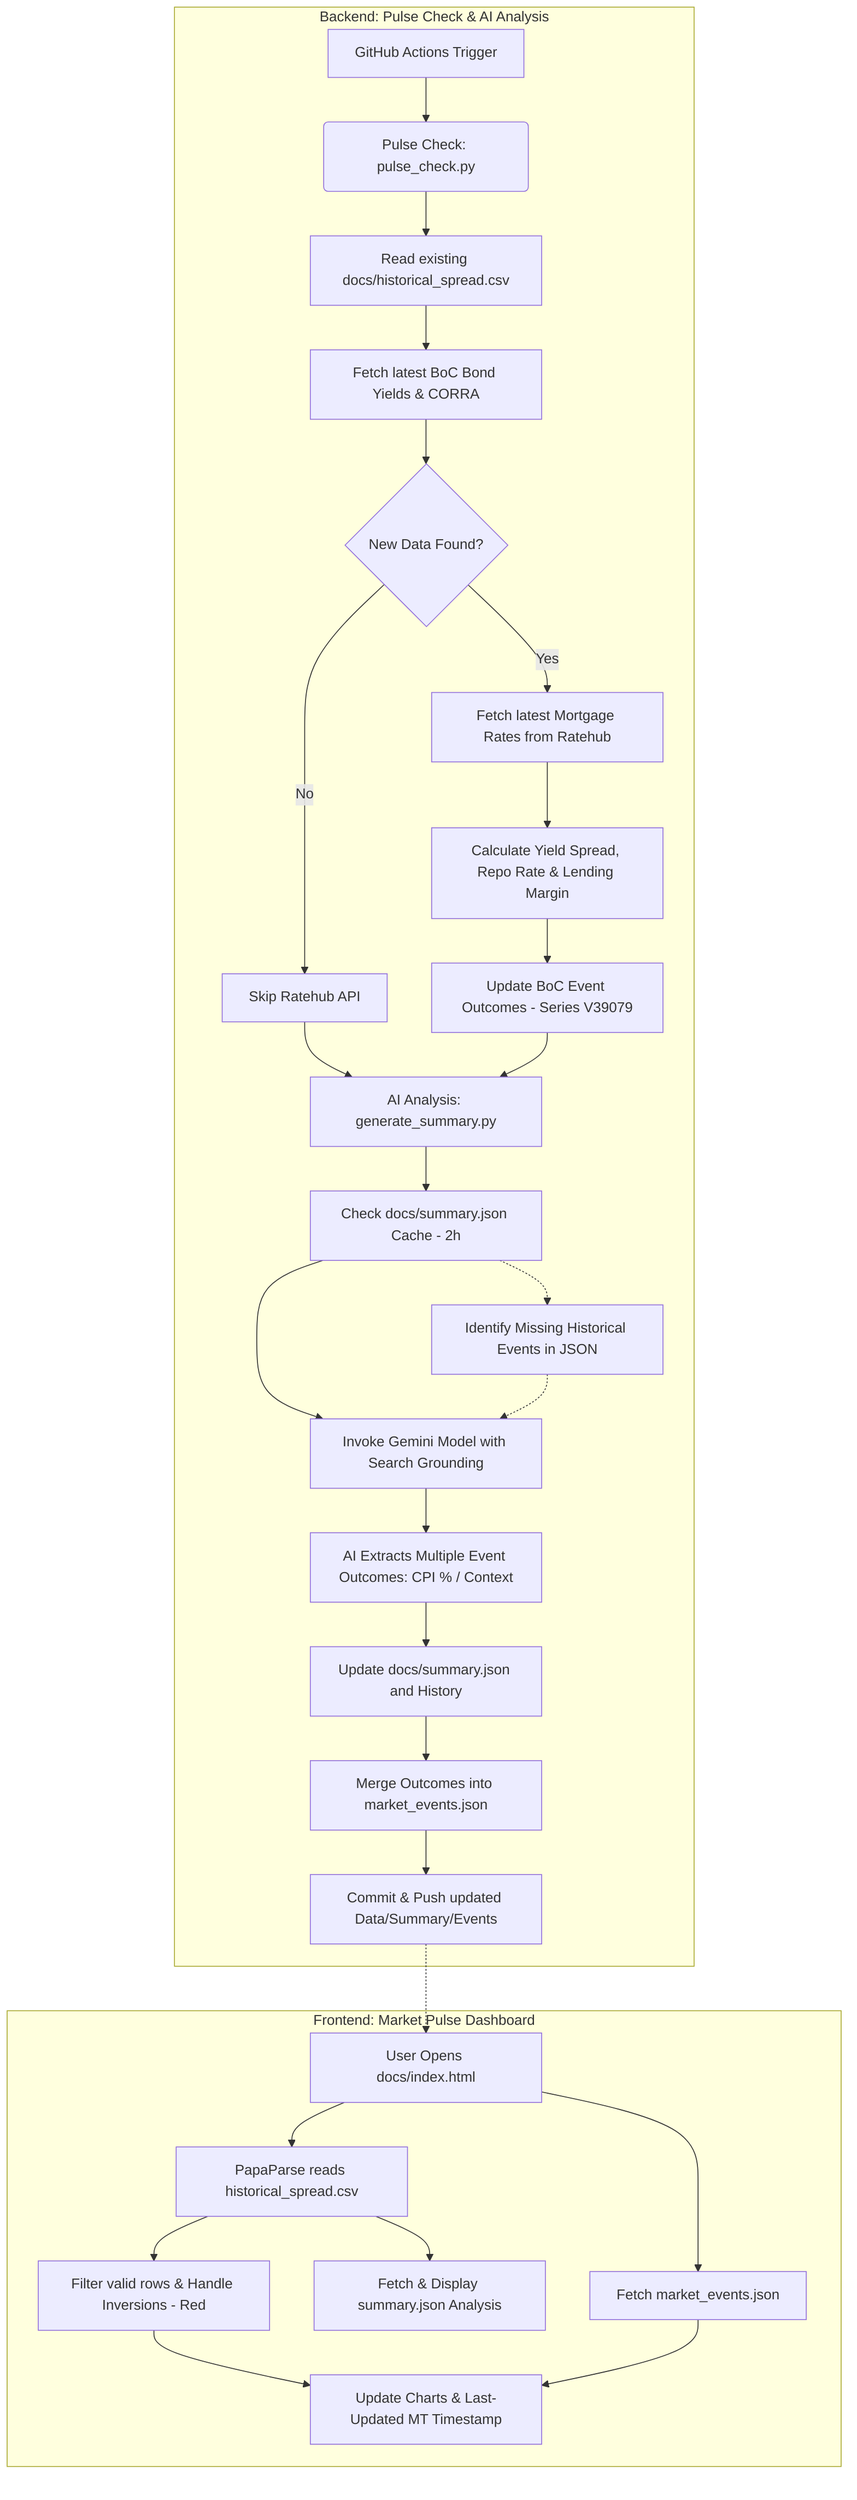
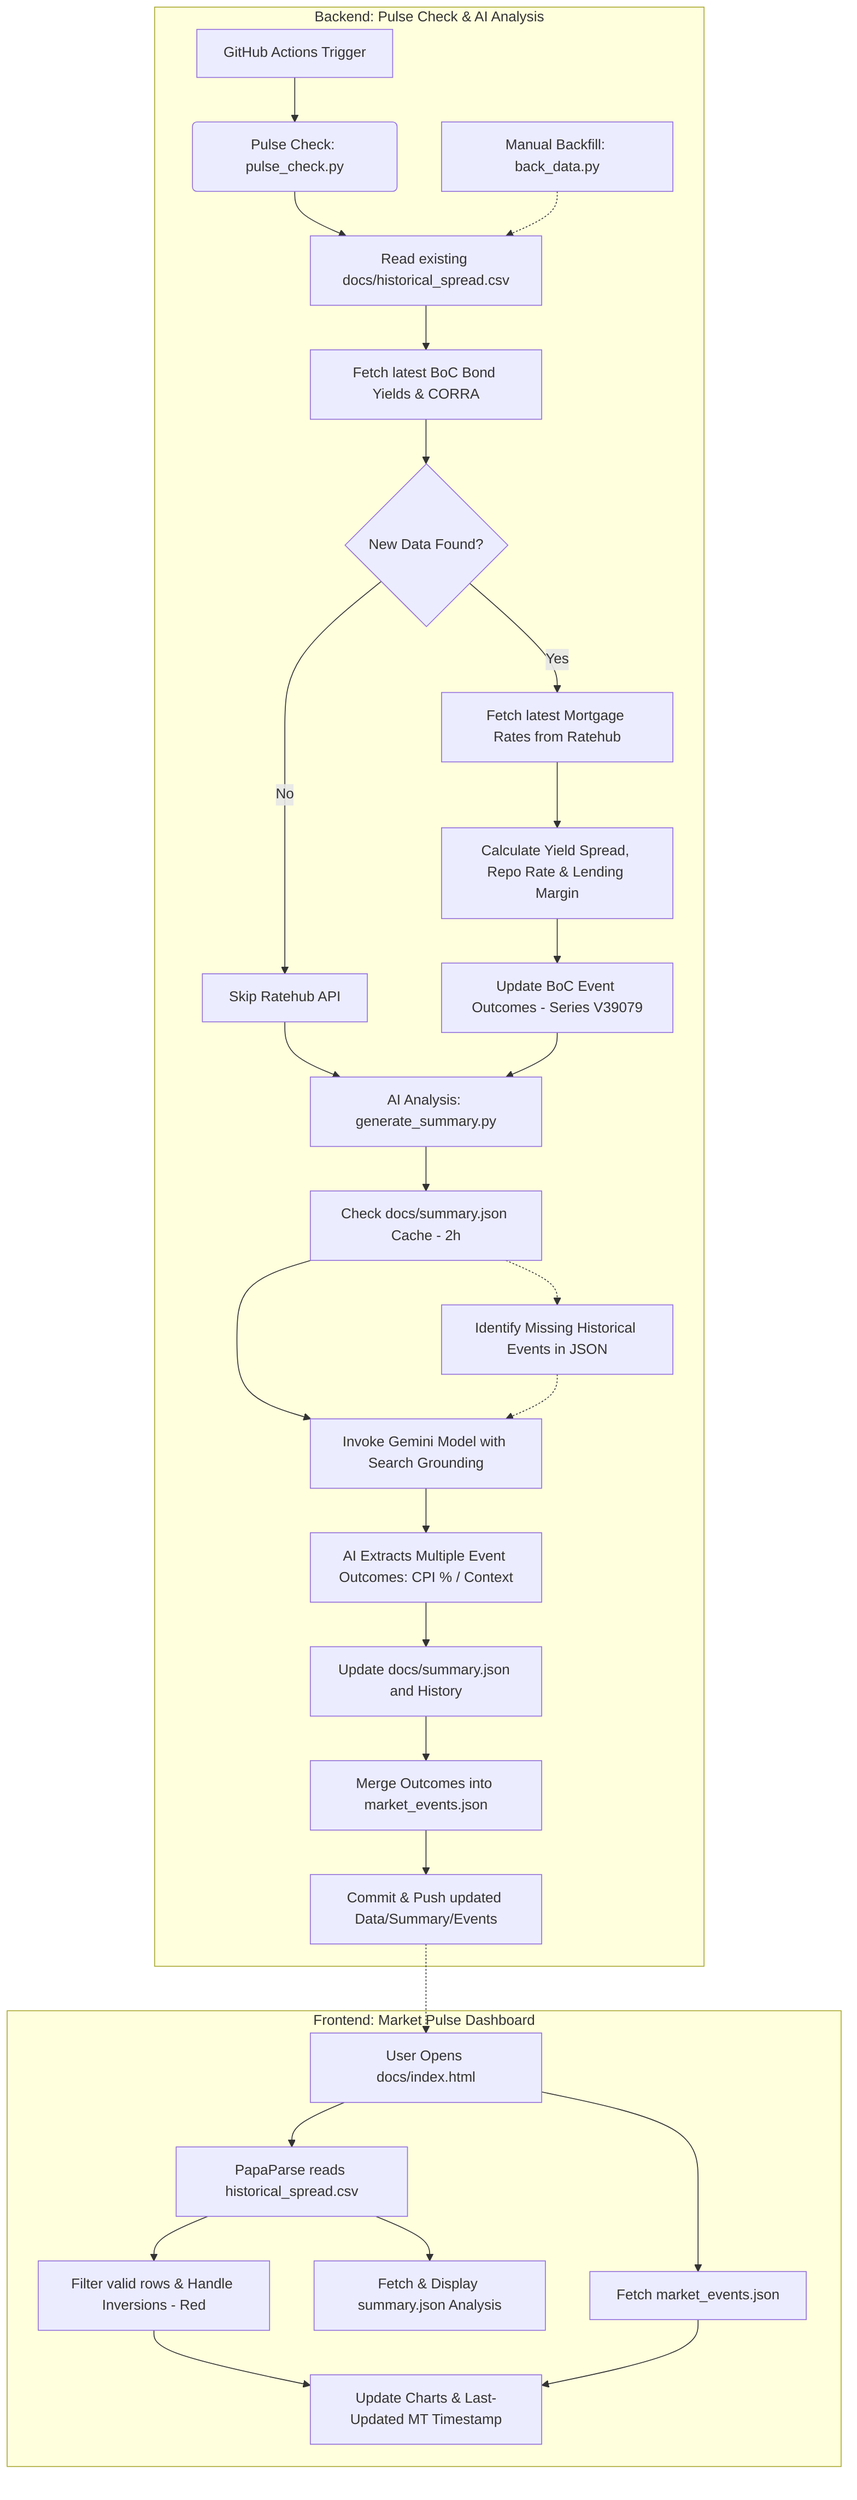
graph TD
    subgraph Backend ["Backend: Pulse Check & AI Analysis"]
    A[GitHub Actions Trigger] --> B(Pulse Check: pulse_check.py)
+     A1[Manual Backfill: back_data.py] -.-> C
    B --> C[Read existing docs/historical_spread.csv]
    C --> D[Fetch latest BoC Bond Yields & CORRA]
    D --> E{New Data Found?}
    E -- No --> F[Skip Ratehub API]
    E -- Yes --> G[Fetch latest Mortgage Rates from Ratehub]
    G --> H[Calculate Yield Spread, Repo Rate & Lending Margin]
    H --> H1[Update BoC Event Outcomes - Series V39079]
    F --> I[AI Analysis: generate_summary.py]
    H1 --> I
    I --> J[Check docs/summary.json Cache - 2h]
    J --> K[Invoke Gemini Model with Search Grounding]
    J -.-> J1[Identify Missing Historical Events in JSON]
    J1 -.-> K
    K --> K1[AI Extracts Multiple Event Outcomes: CPI % / Context]
    K1 --> L[Update docs/summary.json and History]
    L --> L1[Merge Outcomes into market_events.json]
    L1 --> M[Commit & Push updated Data/Summary/Events]
    end

    subgraph Frontend ["Frontend: Market Pulse Dashboard"]
    N[User Opens docs/index.html] --> O[PapaParse reads historical_spread.csv]
    N --> R1[Fetch market_events.json]
    O --> P[Filter valid rows & Handle Inversions - Red]
    P --> Q[Update Charts & Last-Updated MT Timestamp]
    R1 --> Q
    O --> R[Fetch & Display summary.json Analysis]
    end

    M -.-> N

